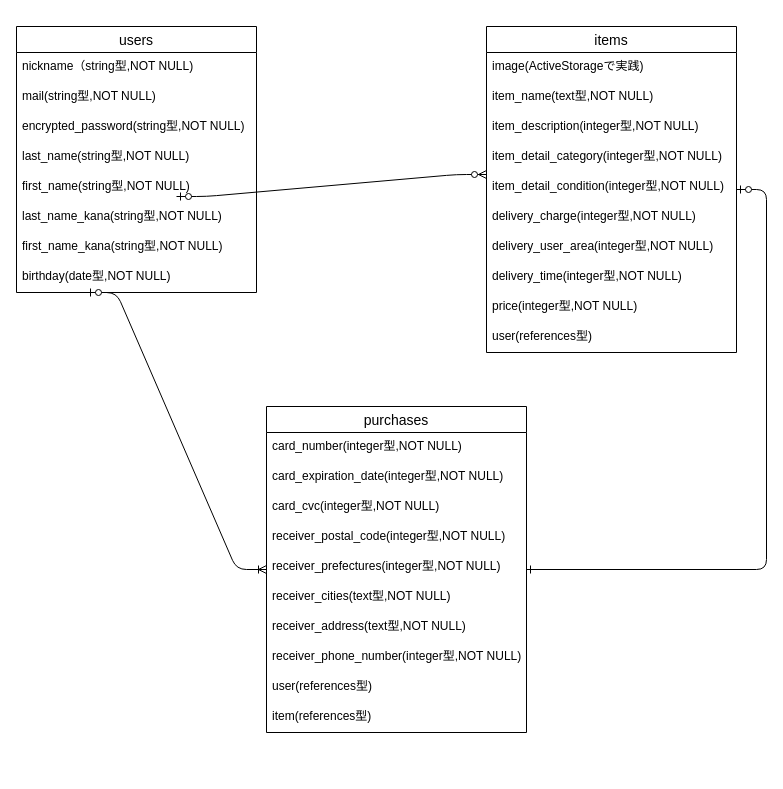
This is ER図.dio from honaki-days/furima-35831, a draw.io file, before an edit. Source tidied: cells renumbered, new cells numbered last; positions are measured from the earlier drawing's top-left corner, leaving out a move shared by most shapes. Both pictures are drawn from the tidied source at 100%, with x=0, y=0 at pixel (16, 26).
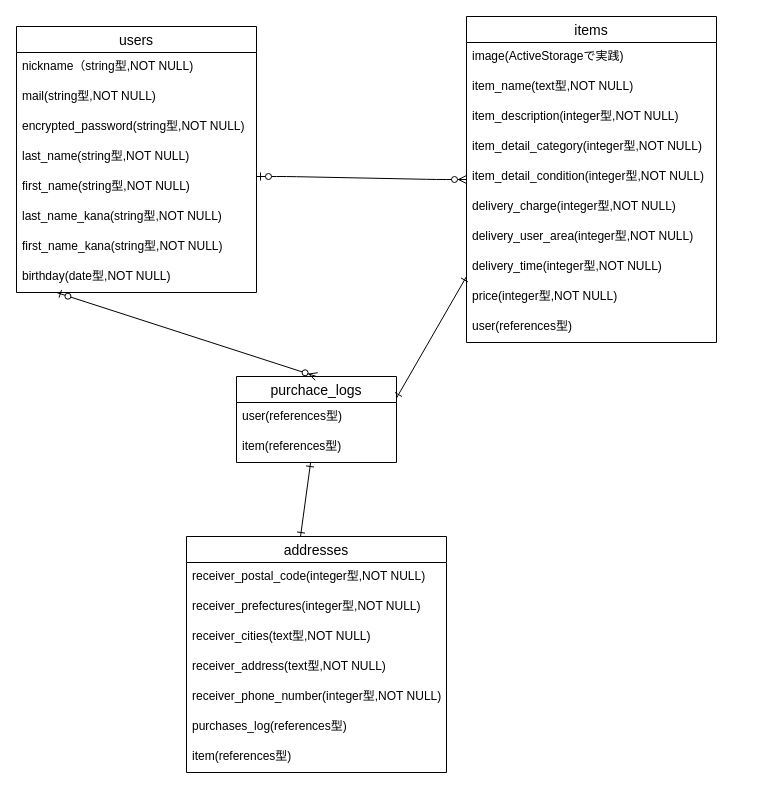
The same diagram, later.

Commit message (it also covers changes not shown here):
ER図・README.me修正

What changed in the source:
```diff
@@
     <mxCell id="11" value="items" style="swimlane;fontStyle=0;horizontal=1;startSize=26;align=center;fontSize=14;" parent="1" vertex="1">
-      <mxGeometry x="470" width="250" height="326" as="geometry" />
+      <mxGeometry x="450" y="-10" width="250" height="326" as="geometry" />
     </mxCell>
@@
-    <mxCell id="22" value="purchases" style="swimlane;fontStyle=0;horizontal=1;startSize=26;align=center;fontSize=14;" parent="1" vertex="1">
-      <mxGeometry x="250" y="380" width="260" height="326" as="geometry" />
+    <mxCell id="22" value="addresses" style="swimlane;fontStyle=0;horizontal=1;startSize=26;align=center;fontSize=14;" parent="1" vertex="1">
+      <mxGeometry x="170" y="510" width="260" height="236" as="geometry" />
     </mxCell>
-    <mxCell id="23" value="card_number(integer型,NOT NULL)" style="text;strokeColor=none;fillColor=none;spacingLeft=4;spacingRight=4;overflow=hidden;fontSize=12;" parent="22" vertex="1">
-      <mxGeometry y="26" width="260" height="30" as="geometry" />
-    </mxCell>
-    <mxCell id="24" value="card_expiration_date(integer型,NOT NULL)" style="text;strokeColor=none;fillColor=none;spacingLeft=4;spacingRight=4;overflow=hidden;fontSize=12;" parent="22" vertex="1">
-      <mxGeometry y="56" width="260" height="30" as="geometry" />
-    </mxCell>
-    <mxCell id="25" value="card_cvc(integer型,NOT NULL)" style="text;strokeColor=none;fillColor=none;spacingLeft=4;spacingRight=4;overflow=hidden;fontSize=12;" parent="22" vertex="1">
-      <mxGeometry y="86" width="260" height="30" as="geometry" />
-    </mxCell>
     <mxCell id="26" value="receiver_postal_code(integer型,NOT NULL)" style="text;strokeColor=none;fillColor=none;spacingLeft=4;spacingRight=4;overflow=hidden;fontSize=12;" parent="22" vertex="1">
-      <mxGeometry y="116" width="260" height="30" as="geometry" />
+      <mxGeometry y="26" width="260" height="30" as="geometry" />
     </mxCell>
     <mxCell id="27" value="receiver_prefectures(integer型,NOT NULL)" style="text;strokeColor=none;fillColor=none;spacingLeft=4;spacingRight=4;overflow=hidden;fontSize=12;" parent="22" vertex="1">
-      <mxGeometry y="146" width="260" height="30" as="geometry" />
+      <mxGeometry y="56" width="260" height="30" as="geometry" />
     </mxCell>
     <mxCell id="28" value="receiver_cities(text型,NOT NULL)" style="text;strokeColor=none;fillColor=none;spacingLeft=4;spacingRight=4;overflow=hidden;fontSize=12;" parent="22" vertex="1">
-      <mxGeometry y="176" width="260" height="30" as="geometry" />
+      <mxGeometry y="86" width="260" height="30" as="geometry" />
     </mxCell>
     <mxCell id="29" value="receiver_address(text型,NOT NULL)" style="text;strokeColor=none;fillColor=none;spacingLeft=4;spacingRight=4;overflow=hidden;fontSize=12;" parent="22" vertex="1">
-      <mxGeometry y="206" width="260" height="30" as="geometry" />
+      <mxGeometry y="116" width="260" height="30" as="geometry" />
     </mxCell>
     <mxCell id="30" value="receiver_phone_number(integer型,NOT NULL)" style="text;strokeColor=none;fillColor=none;spacingLeft=4;spacingRight=4;overflow=hidden;fontSize=12;" parent="22" vertex="1">
-      <mxGeometry y="236" width="260" height="30" as="geometry" />
+      <mxGeometry y="146" width="260" height="30" as="geometry" />
     </mxCell>
-    <mxCell id="31" value="user(references型)" style="text;strokeColor=none;fillColor=none;spacingLeft=4;spacingRight=4;overflow=hidden;fontSize=12;" parent="22" vertex="1">
-      <mxGeometry y="266" width="260" height="30" as="geometry" />
+    <mxCell id="31" value="purchases_log(references型)" style="text;strokeColor=none;fillColor=none;spacingLeft=4;spacingRight=4;overflow=hidden;fontSize=12;" parent="22" vertex="1">
+      <mxGeometry y="176" width="260" height="30" as="geometry" />
     </mxCell>
     <mxCell id="32" value="item(references型)" style="text;strokeColor=none;fillColor=none;spacingLeft=4;spacingRight=4;overflow=hidden;fontSize=12;" parent="22" vertex="1">
-      <mxGeometry y="296" width="260" height="30" as="geometry" />
+      <mxGeometry y="206" width="260" height="30" as="geometry" />
     </mxCell>
-    <mxCell id="33" style="edgeStyle=entityRelationEdgeStyle;fontSize=12;html=1;endArrow=ERzeroToMany;startArrow=ERzeroToOne;" parent="1" edge="1">
-      <mxGeometry relative="1" as="geometry">
-        <mxPoint x="160" y="170" as="sourcePoint" />
-        <mxPoint x="470" y="148" as="targetPoint" />
-      </mxGeometry>
-    </mxCell>
-    <mxCell id="34" style="edgeStyle=entityRelationEdgeStyle;fontSize=12;html=1;endArrow=ERoneToMany;startArrow=ERzeroToOne;" parent="1" edge="1" target="22">
-      <mxGeometry relative="1" as="geometry">
-        <mxPoint x="70" y="266" as="sourcePoint" />
-      </mxGeometry>
-    </mxCell>
-    <mxCell id="35" style="edgeStyle=entityRelationEdgeStyle;fontSize=12;html=1;endArrow=ERzeroToOne;startArrow=ERone;startFill=0;" parent="1" edge="1" source="22" target="11">
-      <mxGeometry relative="1" as="geometry" />
-    </mxCell>
+    <mxCell id="36" value="purchace_logs" style="swimlane;fontStyle=0;horizontal=1;startSize=26;align=center;fontSize=14;" parent="1" vertex="1">
+      <mxGeometry x="220" y="350" width="160" height="86" as="geometry" />
+    </mxCell>
+    <mxCell id="37" value="user(references型)" style="text;strokeColor=none;fillColor=none;spacingLeft=4;spacingRight=4;overflow=hidden;fontSize=12;" parent="36" vertex="1">
+      <mxGeometry y="26" width="160" height="30" as="geometry" />
+    </mxCell>
+    <mxCell id="38" value="item(references型)" style="text;strokeColor=none;fillColor=none;spacingLeft=4;spacingRight=4;overflow=hidden;fontSize=12;" parent="36" vertex="1">
+      <mxGeometry y="56" width="160" height="30" as="geometry" />
+    </mxCell>
+    <mxCell id="39" style="edgeStyle=entityRelationEdgeStyle;fontSize=12;html=1;endArrow=ERzeroToMany;startArrow=ERzeroToOne;" parent="1" edge="1" target="11">
+      <mxGeometry relative="1" as="geometry">
+        <mxPoint x="240" y="150" as="sourcePoint" />
+      </mxGeometry>
+    </mxCell>
+    <mxCell id="40" style="fontSize=12;html=1;endArrow=ERzeroToMany;startArrow=ERzeroToOne;entryX=0.5;entryY=0;entryDx=0;entryDy=0;" parent="1" edge="1" target="36">
+      <mxGeometry relative="1" as="geometry">
+        <mxPoint x="40" y="266" as="sourcePoint" />
+      </mxGeometry>
+    </mxCell>
+    <mxCell id="41" style="fontSize=12;html=1;endArrow=ERone;endFill=1;exitX=1;exitY=0.25;exitDx=0;exitDy=0;startArrow=ERone;startFill=0;" parent="1" edge="1" source="36">
+      <mxGeometry relative="1" as="geometry">
+        <mxPoint x="450" y="250" as="targetPoint" />
+      </mxGeometry>
+    </mxCell>
+    <mxCell id="42" style="fontSize=12;html=1;endArrow=ERone;endFill=1;startArrow=ERone;startFill=0;" parent="1" edge="1" target="36">
+      <mxGeometry relative="1" as="geometry">
+        <mxPoint x="284" y="510" as="sourcePoint" />
+      </mxGeometry>
+    </mxCell>
```
